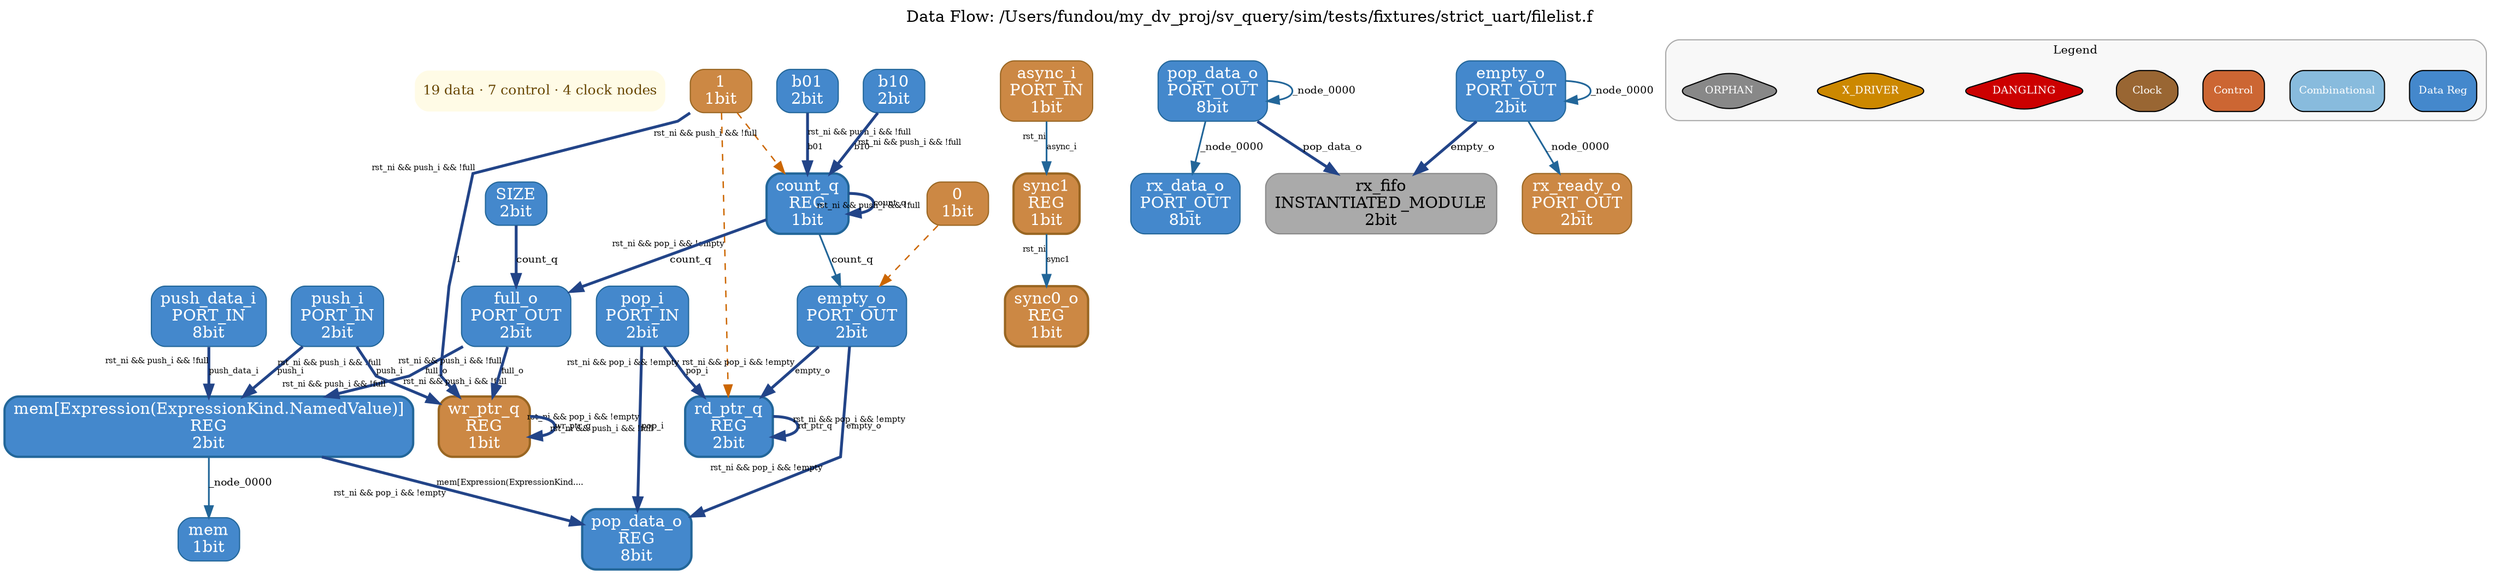
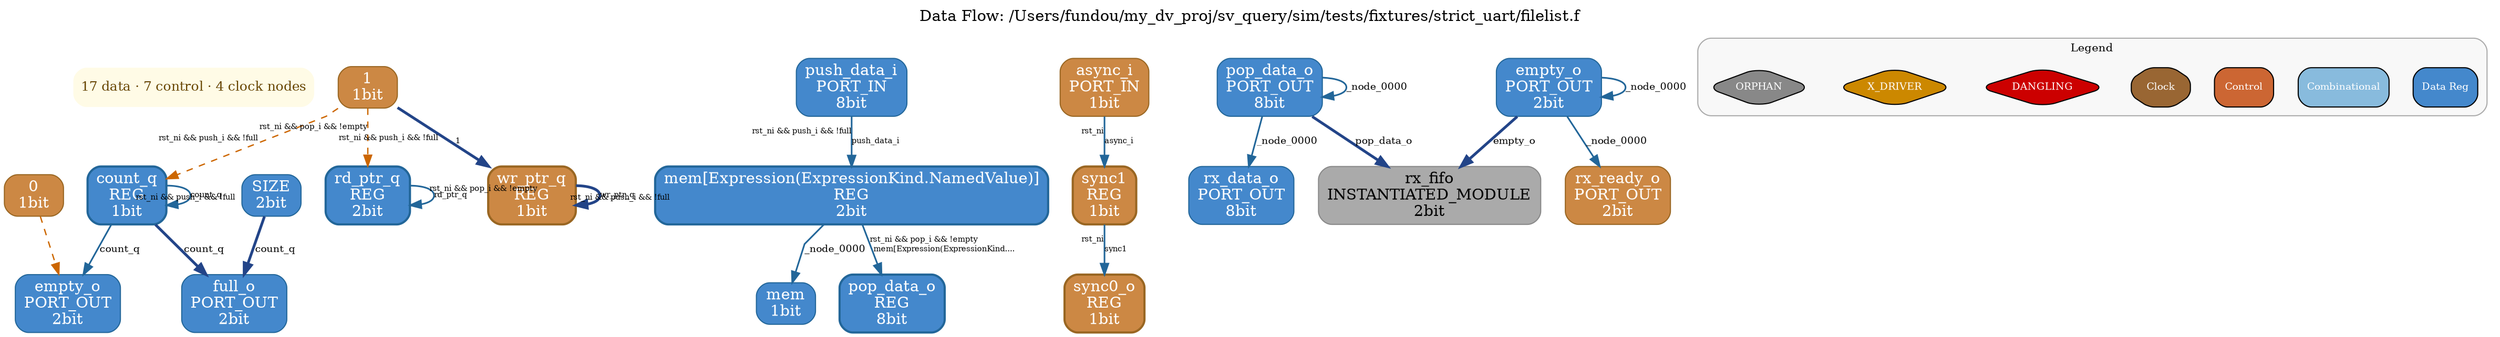
digraph dataflow {
  rankdir=TB;
  label="Data Flow: /Users/fundou/my_dv_proj/sv_query/sim/tests/fixtures/strict_uart/filelist.f";
  labelloc=t;
  fontsize=14;
  ranksep=0.5;
  nodesep=0.3;
  splines=polyline;

  // === TL;DR ===
-   TLDR [shape=plaintext, label="19 data · 7 control · 4 clock nodes",
+   TLDR [shape=plaintext, label="17 data · 7 control · 4 clock nodes",
        fontsize=12, fontcolor="#664400",
        fillcolor="#fffbe6", style="rounded,filled",
        margin=0.1];

  // === Nodes ===
  "0" [label="0\n1bit" shape=box style="rounded,filled" fillcolor="#cc8844" color="#996622" fontcolor="white" penwidth=1];
  "1" [label="1\n1bit" shape=box style="rounded,filled" fillcolor="#cc8844" color="#996622" fontcolor="white" penwidth=1];
  "sync_fifo.SIZE" [label="SIZE\n2bit" shape=box style="rounded,filled" fillcolor="#4488cc" color="#226699" fontcolor="white" penwidth=1];
-   "sync_fifo.b01" [label="b01\n2bit" shape=box style="rounded,filled" fillcolor="#4488cc" color="#226699" fontcolor="white" penwidth=1];
-   "sync_fifo.b10" [label="b10\n2bit" shape=box style="rounded,filled" fillcolor="#4488cc" color="#226699" fontcolor="white" penwidth=1];
  "sync_fifo.count_q" [label="count_q\nREG\n1bit" shape=box style="rounded,filled" fillcolor="#4488cc" color="#226699" fontcolor="white" penwidth=2];
  "sync_fifo.empty_o" [label="empty_o\nPORT_OUT\n2bit" shape=box style="rounded,filled" fillcolor="#4488cc" color="#226699" fontcolor="white" penwidth=1];
  "sync_fifo.full_o" [label="full_o\nPORT_OUT\n2bit" shape=box style="rounded,filled" fillcolor="#4488cc" color="#226699" fontcolor="white" penwidth=1];
  "sync_fifo.mem" [label="mem\n1bit" shape=box style="rounded,filled" fillcolor="#4488cc" color="#226699" fontcolor="white" penwidth=1];
  "sync_fifo.mem[Expression(ExpressionKind.NamedValue)]" [label="mem[Expression(ExpressionKind.NamedValue)]\nREG\n2bit" shape=box style="rounded,filled" fillcolor="#4488cc" color="#226699" fontcolor="white" penwidth=2];
  "sync_fifo.pop_data_o" [label="pop_data_o\nREG\n8bit" shape=box style="rounded,filled" fillcolor="#4488cc" color="#226699" fontcolor="white" penwidth=2];
-   "sync_fifo.pop_i" [label="pop_i\nPORT_IN\n2bit" shape=box style="rounded,filled" fillcolor="#4488cc" color="#226699" fontcolor="white" penwidth=1];
  "sync_fifo.push_data_i" [label="push_data_i\nPORT_IN\n8bit" shape=box style="rounded,filled" fillcolor="#4488cc" color="#226699" fontcolor="white" penwidth=1];
-   "sync_fifo.push_i" [label="push_i\nPORT_IN\n2bit" shape=box style="rounded,filled" fillcolor="#4488cc" color="#226699" fontcolor="white" penwidth=1];
  "sync_fifo.rd_ptr_q" [label="rd_ptr_q\nREG\n2bit" shape=box style="rounded,filled" fillcolor="#4488cc" color="#226699" fontcolor="white" penwidth=2];
  "sync_fifo.wr_ptr_q" [label="wr_ptr_q\nREG\n1bit" shape=box style="rounded,filled" fillcolor="#cc8844" color="#996622" fontcolor="white" penwidth=2];
  "synchronizer.async_i" [label="async_i\nPORT_IN\n1bit" shape=box style="rounded,filled" fillcolor="#cc8844" color="#996622" fontcolor="white" penwidth=1];
  "synchronizer.sync0_o" [label="sync0_o\nREG\n1bit" shape=box style="rounded,filled" fillcolor="#cc8844" color="#996622" fontcolor="white" penwidth=2];
  "synchronizer.sync1" [label="sync1\nREG\n1bit" shape=box style="rounded,filled" fillcolor="#cc8844" color="#996622" fontcolor="white" penwidth=2];
  "uart_top.rx_data_o" [label="rx_data_o\nPORT_OUT\n8bit" shape=box style="rounded,filled" fillcolor="#4488cc" color="#226699" fontcolor="white" penwidth=1];
  "uart_top.rx_fifo" [label="rx_fifo\nINSTANTIATED_MODULE\n2bit" shape=box style="rounded,filled" fillcolor="#aaaaaa" color="#888888" fontcolor="black" penwidth=1];
  "uart_top.rx_fifo.empty_o" [label="empty_o\nPORT_OUT\n2bit" shape=box style="rounded,filled" fillcolor="#4488cc" color="#226699" fontcolor="white" penwidth=1];
  "uart_top.rx_fifo.pop_data_o" [label="pop_data_o\nPORT_OUT\n8bit" shape=box style="rounded,filled" fillcolor="#4488cc" color="#226699" fontcolor="white" penwidth=1];
  "uart_top.rx_ready_o" [label="rx_ready_o\nPORT_OUT\n2bit" shape=box style="rounded,filled" fillcolor="#cc8844" color="#996622" fontcolor="white" penwidth=1];

  // === Data Edges ===
  "synchronizer.async_i" -> "synchronizer.sync1" [color="#226699", style=solid, penwidth=1.5, label="async_i", fontsize=9, xlabel="rst_ni", fontsize=7];
  "synchronizer.sync1" -> "synchronizer.sync0_o" [color="#226699", style=solid, penwidth=1.5, label="sync1", fontsize=9, xlabel="rst_ni", fontsize=7];
-   "sync_fifo.push_i" -> "sync_fifo.mem[Expression(ExpressionKind.NamedValue)]" [color="#226699", style=solid, penwidth=1.5, label="push_i", fontsize=9, xlabel="rst_ni && push_i && !full", fontsize=7, penwidth=2.5, color="#224488"];
-   "sync_fifo.push_i" -> "sync_fifo.wr_ptr_q" [color="#226699", style=solid, penwidth=1.5, label="push_i", fontsize=9, xlabel="rst_ni && push_i && !full", fontsize=7, penwidth=2.5, color="#224488"];
-   "sync_fifo.pop_i" -> "sync_fifo.pop_data_o" [color="#226699", style=solid, penwidth=1.5, label="pop_i", fontsize=9, xlabel="rst_ni && pop_i && !empty", fontsize=7, penwidth=2.5, color="#224488"];
-   "sync_fifo.pop_i" -> "sync_fifo.rd_ptr_q" [color="#226699", style=solid, penwidth=1.5, label="pop_i", fontsize=9, xlabel="rst_ni && pop_i && !empty", fontsize=7, penwidth=2.5, color="#224488"];
-   "sync_fifo.push_data_i" -> "sync_fifo.mem[Expression(ExpressionKind.NamedValue)]" [color="#226699", style=solid, penwidth=1.5, label="push_data_i", fontsize=9, xlabel="rst_ni && push_i && !full", fontsize=7, penwidth=2.5, color="#224488"];
-   "sync_fifo.full_o" -> "sync_fifo.mem[Expression(ExpressionKind.NamedValue)]" [color="#226699", style=solid, penwidth=1.5, label="full_o", fontsize=9, xlabel="rst_ni && push_i && !full", fontsize=7, penwidth=2.5, color="#224488"];
-   "sync_fifo.full_o" -> "sync_fifo.wr_ptr_q" [color="#226699", style=solid, penwidth=1.5, label="full_o", fontsize=9, xlabel="rst_ni && push_i && !full", fontsize=7, penwidth=2.5, color="#224488"];
-   "sync_fifo.empty_o" -> "sync_fifo.pop_data_o" [color="#226699", style=solid, penwidth=1.5, label="empty_o", fontsize=9, xlabel="rst_ni && pop_i && !empty", fontsize=7, penwidth=2.5, color="#224488"];
-   "sync_fifo.empty_o" -> "sync_fifo.rd_ptr_q" [color="#226699", style=solid, penwidth=1.5, label="empty_o", fontsize=9, xlabel="rst_ni && pop_i && !empty", fontsize=7, penwidth=2.5, color="#224488"];
+   "sync_fifo.push_data_i" -> "sync_fifo.mem[Expression(ExpressionKind.NamedValue)]" [color="#226699", style=solid, penwidth=1.5, label="push_data_i", fontsize=9, xlabel="rst_ni && push_i && !full", fontsize=7];
  "sync_fifo.count_q" -> "sync_fifo.empty_o" [color="#226699", style=solid, penwidth=1.5, label="count_q", fontsize=9];
  "sync_fifo.count_q" -> "sync_fifo.full_o" [color="#226699", style=solid, penwidth=1.5, label="count_q", fontsize=9, penwidth=2.5, color="#224488"];
-   "sync_fifo.count_q" -> "sync_fifo.count_q" [color="#226699", style=solid, penwidth=1.5, label="count_q", fontsize=9, xlabel="rst_ni && push_i && !full", fontsize=7, penwidth=2.5, color="#224488"];
+   "sync_fifo.count_q" -> "sync_fifo.count_q" [color="#226699", style=solid, penwidth=1.5, label="count_q", fontsize=9, xlabel="rst_ni && push_i && !full", fontsize=7];
  "sync_fifo.wr_ptr_q" -> "sync_fifo.wr_ptr_q" [color="#226699", style=solid, penwidth=1.5, label="wr_ptr_q", fontsize=9, xlabel="rst_ni && push_i && !full", fontsize=7, penwidth=2.5, color="#224488"];
  "sync_fifo.SIZE" -> "sync_fifo.full_o" [color="#226699", style=solid, penwidth=1.5, label="count_q", fontsize=9, penwidth=2.5, color="#224488"];
-   "sync_fifo.rd_ptr_q" -> "sync_fifo.rd_ptr_q" [color="#226699", style=solid, penwidth=1.5, label="rd_ptr_q", fontsize=9, xlabel="rst_ni && pop_i && !empty", fontsize=7, penwidth=2.5, color="#224488"];
-   "sync_fifo.mem[Expression(ExpressionKind.NamedValue)]" -> "sync_fifo.pop_data_o" [color="#226699", style=solid, penwidth=1.5, label="mem[Expression(ExpressionKind....", fontsize=9, xlabel="rst_ni && pop_i && !empty", fontsize=7, penwidth=2.5, color="#224488"];
+   "sync_fifo.rd_ptr_q" -> "sync_fifo.rd_ptr_q" [color="#226699", style=solid, penwidth=1.5, label="rd_ptr_q", fontsize=9, xlabel="rst_ni && pop_i && !empty", fontsize=7];
+   "sync_fifo.mem[Expression(ExpressionKind.NamedValue)]" -> "sync_fifo.pop_data_o" [color="#226699", style=solid, penwidth=1.5, label="mem[Expression(ExpressionKind....", fontsize=9, xlabel="rst_ni && pop_i && !empty", fontsize=7];
  "sync_fifo.mem[Expression(ExpressionKind.NamedValue)]" -> "sync_fifo.mem" [color="#226699", style=solid, penwidth=1.5, label="_node_0000", fontsize=9];
-   "sync_fifo.b10" -> "sync_fifo.count_q" [color="#226699", style=solid, penwidth=1.5, label="b10", fontsize=9, xlabel="rst_ni && push_i && !full", fontsize=7, penwidth=2.5, color="#224488"];
-   "sync_fifo.b01" -> "sync_fifo.count_q" [color="#226699", style=solid, penwidth=1.5, label="b01", fontsize=9, xlabel="rst_ni && push_i && !full", fontsize=7, penwidth=2.5, color="#224488"];
  "uart_top.rx_fifo.pop_data_o" -> "uart_top.rx_fifo.pop_data_o" [color="#226699", style=solid, penwidth=1.5, label="_node_0000", fontsize=9];
  "uart_top.rx_fifo.pop_data_o" -> "uart_top.rx_data_o" [color="#226699", style=solid, penwidth=1.5, label="_node_0000", fontsize=9];
  "uart_top.rx_fifo.pop_data_o" -> "uart_top.rx_fifo" [color="#226699", style=solid, penwidth=1.5, label="pop_data_o", fontsize=9, penwidth=2.5, color="#224488"];
  "uart_top.rx_fifo.empty_o" -> "uart_top.rx_fifo.empty_o" [color="#226699", style=solid, penwidth=1.5, label="_node_0000", fontsize=9];
  "uart_top.rx_fifo.empty_o" -> "uart_top.rx_ready_o" [color="#226699", style=solid, penwidth=1.5, label="_node_0000", fontsize=9];
  "uart_top.rx_fifo.empty_o" -> "uart_top.rx_fifo" [color="#226699", style=solid, penwidth=1.5, label="empty_o", fontsize=9, penwidth=2.5, color="#224488"];
  "1" -> "sync_fifo.wr_ptr_q" [color="#226699", style=solid, penwidth=1.5, label="1", fontsize=9, xlabel="rst_ni && push_i && !full", fontsize=7, penwidth=2.5, color="#224488"];

  // === Key Control Edges ===
  "0" -> "sync_fifo.empty_o" [color="#CC6600", style=dashed, penwidth=1.2];
  "1" -> "sync_fifo.rd_ptr_q" [color="#CC6600", style=dashed, penwidth=1.2, xlabel="rst_ni && pop_i && !empty", fontsize=7];
  "1" -> "sync_fifo.count_q" [color="#CC6600", style=dashed, penwidth=1.2, xlabel="rst_ni && push_i && !full", fontsize=7];

  // === Legend ===
  subgraph cluster_legend {
    label="Legend";
    style="rounded,filled";
    fillcolor="#f8f8f8";
    color="#aaaaaa";
    fontsize=10;
    rank=sink;
    "legend_dataflow_0" [label="Data Reg" shape=box,style="filled,rounded" fillcolor="#4488cc" fontcolor="white" fontsize=9];
    "legend_dataflow_1" [label="Combinational" shape=box,style="filled,rounded" fillcolor="#88bbdd" fontcolor="white" fontsize=9];
    "legend_dataflow_2" [label="Control" shape=box,style=dashed,style="filled,rounded" fillcolor="#cc6633" fontcolor="white" fontsize=9];
    "legend_dataflow_3" [label="Clock" shape=octagon,style="filled,rounded" fillcolor="#996633" fontcolor="white" fontsize=9];
    "legend_dataflow_4" [label="DANGLING" shape=diamond,style="filled,rounded" fillcolor="#cc0000" fontcolor="white" fontsize=9];
    "legend_dataflow_5" [label="X_DRIVER" shape=diamond,style="filled,rounded" fillcolor="#cc8800" fontcolor="white" fontsize=9];
    "legend_dataflow_6" [label="ORPHAN" shape=diamond,style="filled,rounded" fillcolor="#888888" fontcolor="white" fontsize=9];
  }
}